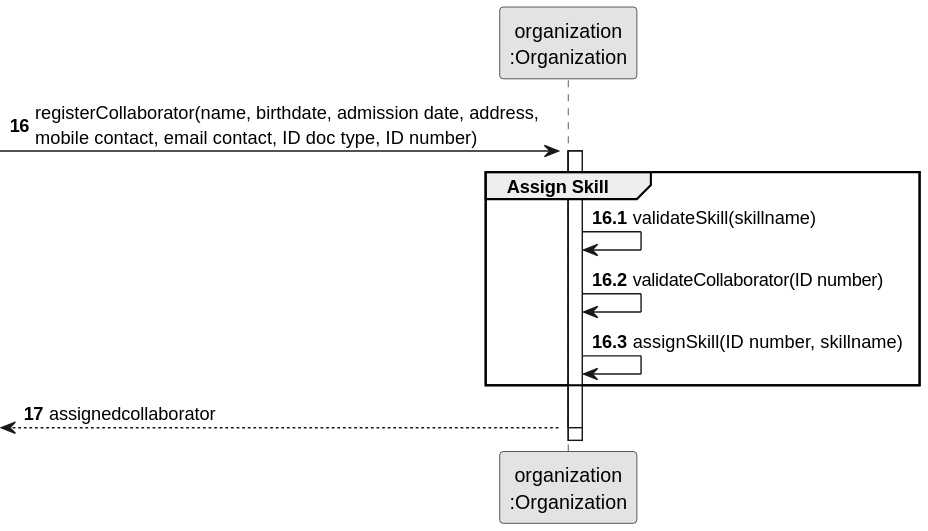
Before: docs/sprint2/us004/03.design/svg/us004-sequence-diagram-partial-assign-skill.svg, a diagram exported from PlantUML (tiagosoa/lei-24-s2-1dgh-g073).
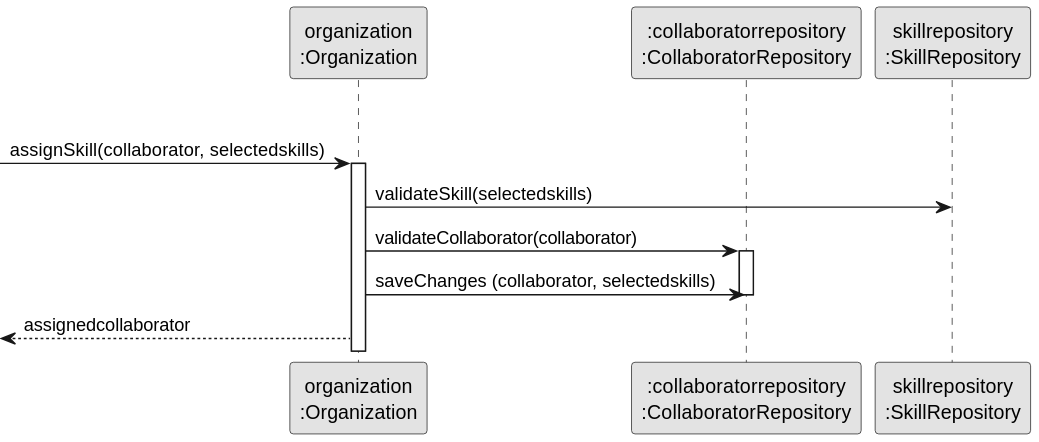
Above is the later version.

The edit, as a diff of the source:
```diff
@@ -4,22 +4,21 @@
 skinparam shadowing false
 
 participant "organization\n:Organization" as ORG
+participant ":collaboratorrepository\n:CollaboratorRepository" as CR
+participant "skillrepository\n:SkillRepository" as SR
 
-autonumber 16
--> ORG: registerCollaborator(name, birthdate, admission date, address, \nmobile contact, email contact, ID doc type, ID number)
+    group Assign Skill
+            -> ORG: assignSkill(collaborator, selectedskills)
+            activate ORG
 
-autonumber 16.1
-activate ORG
-    group Assign Skill
 
-        activate ORG
-            ORG -> ORG: validateSkill(skillname)
-            ORG -> ORG: validateCollaborator(ID number)
-            ORG -> ORG: assignSkill(ID number, skillname)
 
-    end
+                    ORG -> SR: validateSkill(selectedskills)
+                    ORG -> CR: validateCollaborator(collaborator)
+                    activate CR
+                ORG -> CR: saveChanges (collaborator, selectedskills)
+deactivate CR
 
-    autonumber 17
-    <-- ORG : assignedcollaborator
-deactivate ORG
+
+                <-- ORG : assignedcollaborator
 @enduml
```
